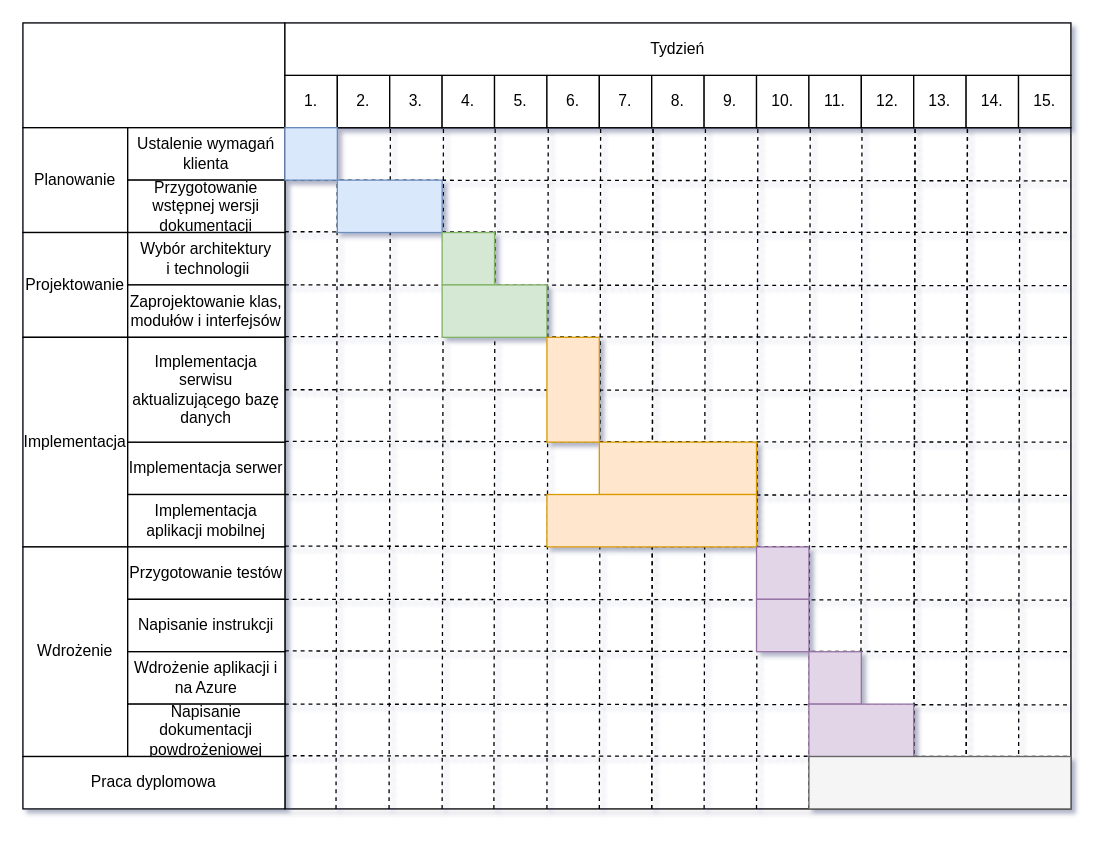
Earlier version of the draw.io diagram Untitled Diagram.drawio (Freeturilo/FreeturiloDocumentation). Source tidied: cells renumbered, new cells numbered last; positions are measured from the earlier drawing's top-left corner, leaving out a move shared by most shapes. Both pictures are drawn from the tidied source at 131%, with x=0, y=0 at pixel (22, 22).
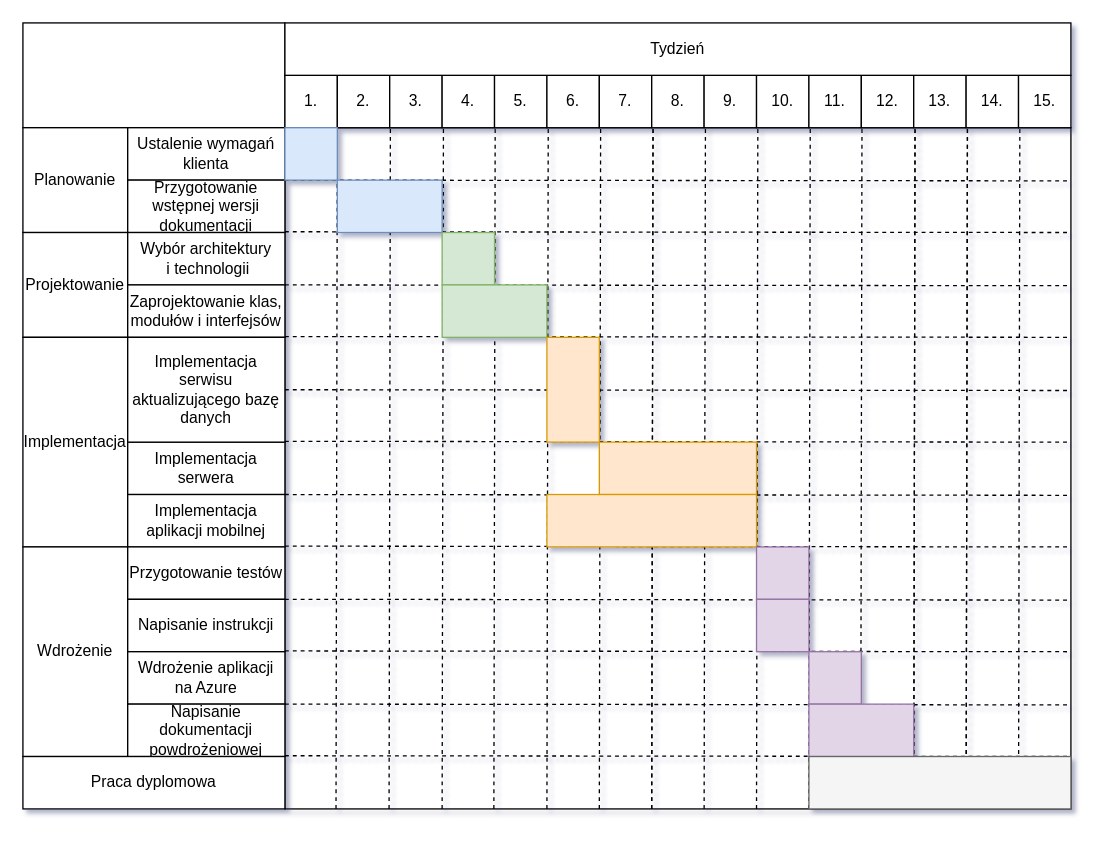
After the change.

What changed in the source:
```diff
@@
-    <mxCell id="55" value="Implementacja serwer" style="rounded=0;whiteSpace=wrap;html=1;" parent="1" vertex="1">
+    <mxCell id="55" value="Implementacja serwera" style="rounded=0;whiteSpace=wrap;html=1;" parent="1" vertex="1">
       <mxGeometry x="80" y="320" width="120" height="40" as="geometry" />
     </mxCell>
@@
-    <mxCell id="62" value="Wdrożenie aplikacji i na Azure" style="rounded=0;whiteSpace=wrap;html=1;" parent="1" vertex="1">
+    <mxCell id="62" value="Wdrożenie aplikacji na Azure" style="rounded=0;whiteSpace=wrap;html=1;" parent="1" vertex="1">
       <mxGeometry x="80" y="480" width="120" height="40" as="geometry" />
     </mxCell>
```
